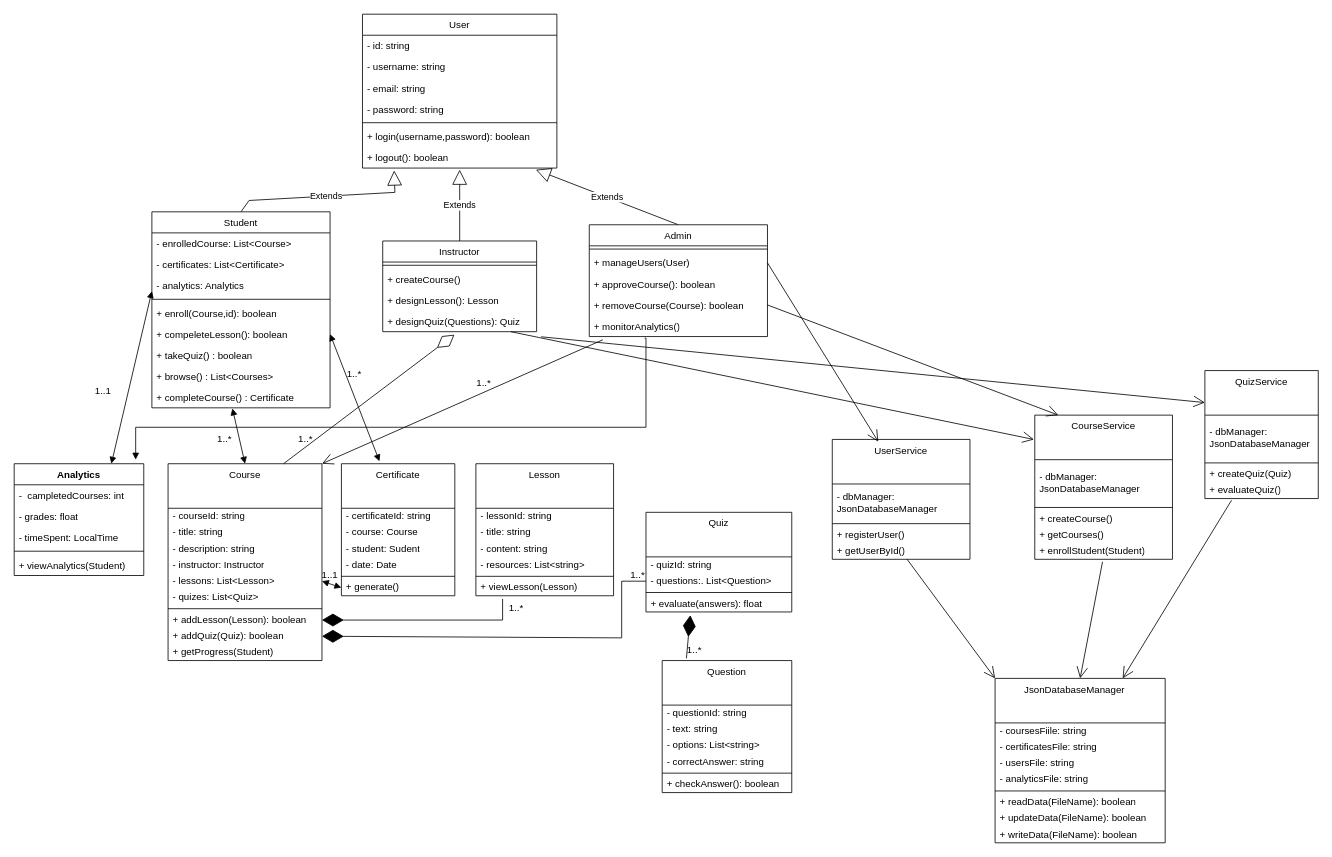
This is ClassDiagram.drawio from ahmed-elmasryy/SkillForge-UML-Design, a draw.io file, before an edit. Source tidied: cells renumbered, new cells numbered last; positions are measured from the earlier drawing's top-left corner, leaving out a move shared by most shapes. Both pictures are drawn from the tidied source at 81%, with x=0, y=0 at pixel (14, 14).
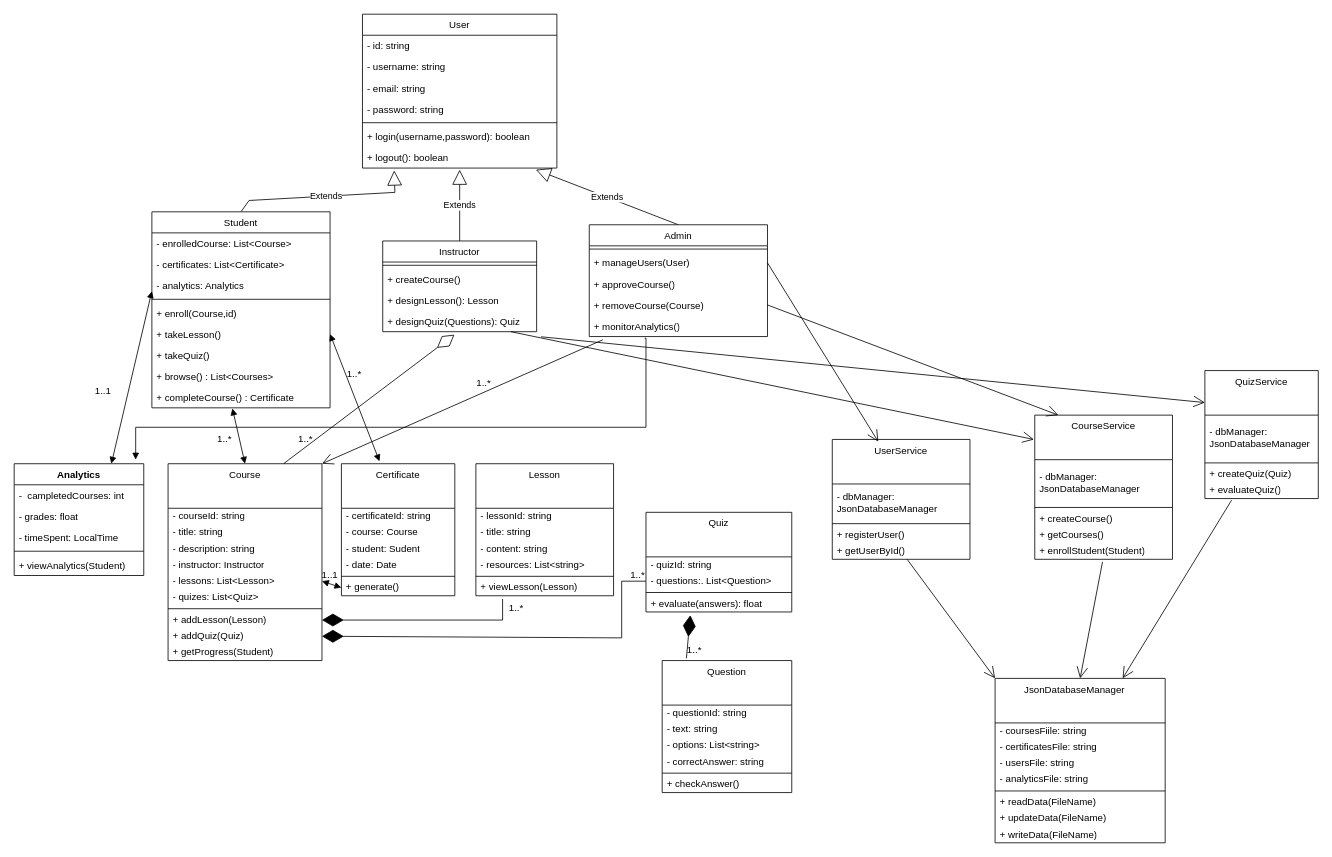
Above is the later version.

The change refers to these unchanged cells:
```xml
<mxCell id="2" value="Course" style="swimlane;fontStyle=0;align=center;verticalAlign=top;horizontal=1;startSize=55;html=1;whiteSpace=wrap;" parent="1" vertex="1">
  <mxGeometry x="190" y="555" width="190" height="243" as="geometry" />
</mxCell>
<mxCell id="13" value="Question" style="swimlane;fontStyle=0;align=center;verticalAlign=top;horizontal=1;startSize=55;html=1;whiteSpace=wrap;" parent="1" vertex="1">
  <mxGeometry x="800" y="798" width="160" height="163" as="geometry" />
</mxCell>
<mxCell id="55" value="JsonDatabaseManager&amp;nbsp; &amp;nbsp;&amp;nbsp;" style="swimlane;fontStyle=0;align=center;verticalAlign=top;horizontal=1;startSize=55;html=1;whiteSpace=wrap;" parent="1" vertex="1">
  <mxGeometry x="1211" y="820" width="210" height="203" as="geometry" />
</mxCell>
<mxCell id="81" value="&lt;span style=&quot;font-weight: 400;&quot;&gt;Student&lt;/span&gt;" style="swimlane;fontStyle=1;align=center;verticalAlign=top;horizontal=1;startSize=26;whiteSpace=wrap;html=1;" parent="1" vertex="1">
  <mxGeometry x="170" y="244" width="220" height="242" as="geometry" />
</mxCell>
<mxCell id="96" value="&lt;span style=&quot;font-weight: 400;&quot;&gt;Admin&lt;/span&gt;" style="swimlane;fontStyle=1;align=center;verticalAlign=top;horizontal=1;startSize=26;whiteSpace=wrap;html=1;" parent="1" vertex="1">
  <mxGeometry x="710" y="260" width="220" height="138" as="geometry" />
</mxCell>
```

Diff of the diagram source:
```diff
@@
-    <mxCell id="10" value="+ addLesson(Lesson): boolean" style="text;html=1;strokeColor=none;fillColor=none;align=left;verticalAlign=middle;spacingLeft=4;spacingRight=4;overflow=hidden;points=[[0,0.5],[1,0.5]];portConstraint=eastwest;whiteSpace=wrap;" parent="2" vertex="1">
+    <mxCell id="10" value="+ addLesson(Lesson)" style="text;html=1;strokeColor=none;fillColor=none;align=left;verticalAlign=middle;spacingLeft=4;spacingRight=4;overflow=hidden;points=[[0,0.5],[1,0.5]];portConstraint=eastwest;whiteSpace=wrap;" parent="2" vertex="1">
       <mxGeometry y="183" width="190" height="20" as="geometry" />
     </mxCell>
-    <mxCell id="11" value="+ addQuiz(Quiz): boolean" style="text;html=1;strokeColor=none;fillColor=none;align=left;verticalAlign=middle;spacingLeft=4;spacingRight=4;overflow=hidden;points=[[0,0.5],[1,0.5]];portConstraint=eastwest;whiteSpace=wrap;" parent="2" vertex="1">
+    <mxCell id="11" value="+ addQuiz(Quiz)" style="text;html=1;strokeColor=none;fillColor=none;align=left;verticalAlign=middle;spacingLeft=4;spacingRight=4;overflow=hidden;points=[[0,0.5],[1,0.5]];portConstraint=eastwest;whiteSpace=wrap;" parent="2" vertex="1">
       <mxGeometry y="203" width="190" height="20" as="geometry" />
     </mxCell>
@@
-    <mxCell id="19" value="+ checkAnswer(): boolean" style="text;html=1;strokeColor=none;fillColor=none;align=left;verticalAlign=middle;spacingLeft=4;spacingRight=4;overflow=hidden;whiteSpace=wrap;" parent="13" vertex="1">
+    <mxCell id="19" value="+ checkAnswer()" style="text;html=1;strokeColor=none;fillColor=none;align=left;verticalAlign=middle;spacingLeft=4;spacingRight=4;overflow=hidden;whiteSpace=wrap;" parent="13" vertex="1">
       <mxGeometry y="143" width="160" height="20" as="geometry" />
     </mxCell>
@@
-    <mxCell id="61" value="+ readData(FileName): boolean" style="text;html=1;strokeColor=none;fillColor=none;align=left;verticalAlign=middle;spacingLeft=4;spacingRight=4;overflow=hidden;whiteSpace=wrap;" parent="55" vertex="1">
+    <mxCell id="61" value="+ readData(FileName)" style="text;html=1;strokeColor=none;fillColor=none;align=left;verticalAlign=middle;spacingLeft=4;spacingRight=4;overflow=hidden;whiteSpace=wrap;" parent="55" vertex="1">
       <mxGeometry y="143" width="210" height="20" as="geometry" />
     </mxCell>
-    <mxCell id="62" value="+ updateData(FileName): boolean" style="text;html=1;strokeColor=none;fillColor=none;align=left;verticalAlign=middle;spacingLeft=4;spacingRight=4;overflow=hidden;whiteSpace=wrap;" parent="55" vertex="1">
+    <mxCell id="62" value="+ updateData(FileName)" style="text;html=1;strokeColor=none;fillColor=none;align=left;verticalAlign=middle;spacingLeft=4;spacingRight=4;overflow=hidden;whiteSpace=wrap;" parent="55" vertex="1">
       <mxGeometry y="163" width="210" height="20" as="geometry" />
     </mxCell>
-    <mxCell id="63" value="+ writeData(FileName): boolean" style="text;html=1;strokeColor=none;fillColor=none;align=left;verticalAlign=middle;spacingLeft=4;spacingRight=4;overflow=hidden;whiteSpace=wrap;" parent="55" vertex="1">
+    <mxCell id="63" value="+ writeData(FileName)" style="text;html=1;strokeColor=none;fillColor=none;align=left;verticalAlign=middle;spacingLeft=4;spacingRight=4;overflow=hidden;whiteSpace=wrap;" parent="55" vertex="1">
       <mxGeometry y="183" width="210" height="20" as="geometry" />
     </mxCell>
@@
-    <mxCell id="86" value="+ enroll(Course,id): boolean" style="text;strokeColor=none;fillColor=none;align=left;verticalAlign=top;spacingLeft=4;spacingRight=4;overflow=hidden;whiteSpace=wrap;html=1;" parent="81" vertex="1">
+    <mxCell id="86" value="+ enroll(Course,id)" style="text;strokeColor=none;fillColor=none;align=left;verticalAlign=top;spacingLeft=4;spacingRight=4;overflow=hidden;whiteSpace=wrap;html=1;" parent="81" vertex="1">
       <mxGeometry y="112" width="220" height="26" as="geometry" />
     </mxCell>
-    <mxCell id="87" value="+ compeleteLesson(): boolean" style="text;strokeColor=none;fillColor=none;align=left;verticalAlign=top;spacingLeft=4;spacingRight=4;overflow=hidden;points=[[0,0.5],[1,0.5]];portConstraint=eastwest;whiteSpace=wrap;html=1;" parent="81" vertex="1">
+    <mxCell id="87" value="+ takeLesson()" style="text;strokeColor=none;fillColor=none;align=left;verticalAlign=top;spacingLeft=4;spacingRight=4;overflow=hidden;points=[[0,0.5],[1,0.5]];portConstraint=eastwest;whiteSpace=wrap;html=1;" parent="81" vertex="1">
       <mxGeometry y="138" width="220" height="26" as="geometry" />
     </mxCell>
-    <mxCell id="88" value="+ takeQuiz() : boolean" style="text;strokeColor=none;fillColor=none;align=left;verticalAlign=top;spacingLeft=4;spacingRight=4;overflow=hidden;whiteSpace=wrap;html=1;" parent="81" vertex="1">
+    <mxCell id="88" value="+ takeQuiz()" style="text;strokeColor=none;fillColor=none;align=left;verticalAlign=top;spacingLeft=4;spacingRight=4;overflow=hidden;whiteSpace=wrap;html=1;" parent="81" vertex="1">
       <mxGeometry y="164" width="220" height="26" as="geometry" />
     </mxCell>
@@
-    <mxCell id="99" value="+ approveCourse(): boolean&amp;nbsp;&amp;nbsp;" style="text;strokeColor=none;fillColor=none;align=left;verticalAlign=top;spacingLeft=4;spacingRight=4;overflow=hidden;whiteSpace=wrap;html=1;" parent="96" vertex="1">
+    <mxCell id="99" value="+ approveCourse()" style="text;strokeColor=none;fillColor=none;align=left;verticalAlign=top;spacingLeft=4;spacingRight=4;overflow=hidden;whiteSpace=wrap;html=1;" parent="96" vertex="1">
       <mxGeometry y="60" width="220" height="26" as="geometry" />
     </mxCell>
-    <mxCell id="100" value="+ removeCourse(Course): boolean" style="text;strokeColor=none;fillColor=none;align=left;verticalAlign=top;spacingLeft=4;spacingRight=4;overflow=hidden;points=[[0,0.5],[1,0.5]];portConstraint=eastwest;whiteSpace=wrap;html=1;" parent="96" vertex="1">
+    <mxCell id="100" value="+ removeCourse(Course)" style="text;strokeColor=none;fillColor=none;align=left;verticalAlign=top;spacingLeft=4;spacingRight=4;overflow=hidden;points=[[0,0.5],[1,0.5]];portConstraint=eastwest;whiteSpace=wrap;html=1;" parent="96" vertex="1">
       <mxGeometry y="86" width="220" height="26" as="geometry" />
     </mxCell>
```
